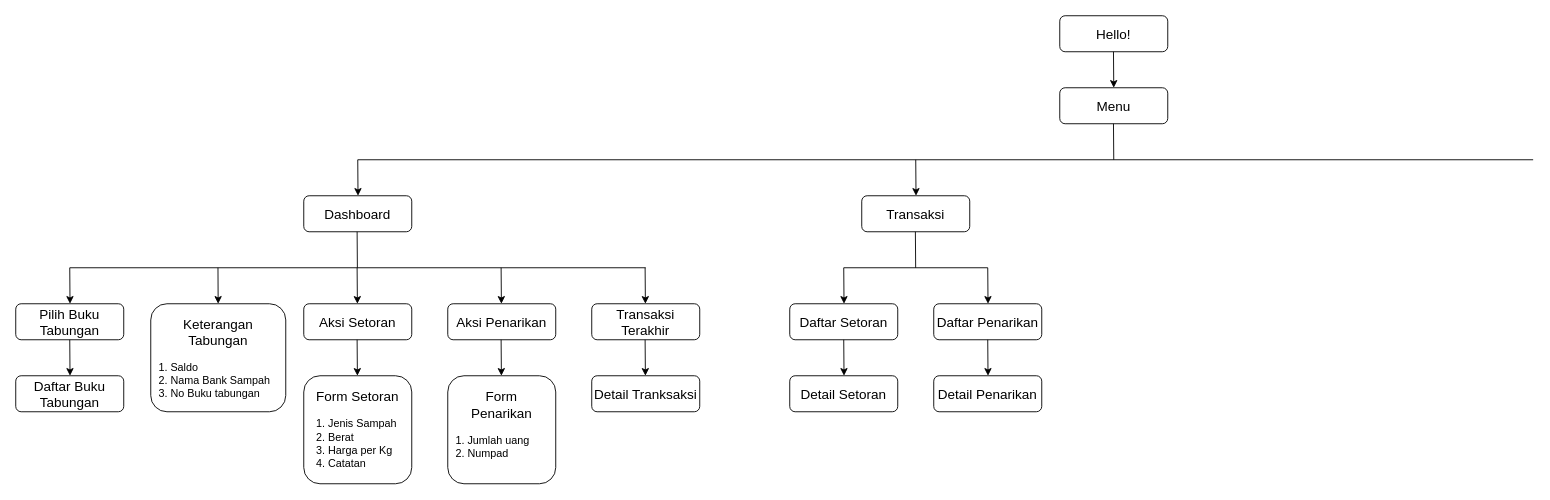
The draw.io diagram lib/bankboo.drawio in luthfiajiw/custom_alert_box, before the edit. Source tidied: cells renumbered, new cells numbered last; positions are measured from the earlier drawing's top-left corner, leaving out a move shared by most shapes. Both pictures are drawn from the tidied source at 90%, with x=0, y=0 at pixel (15, 15).
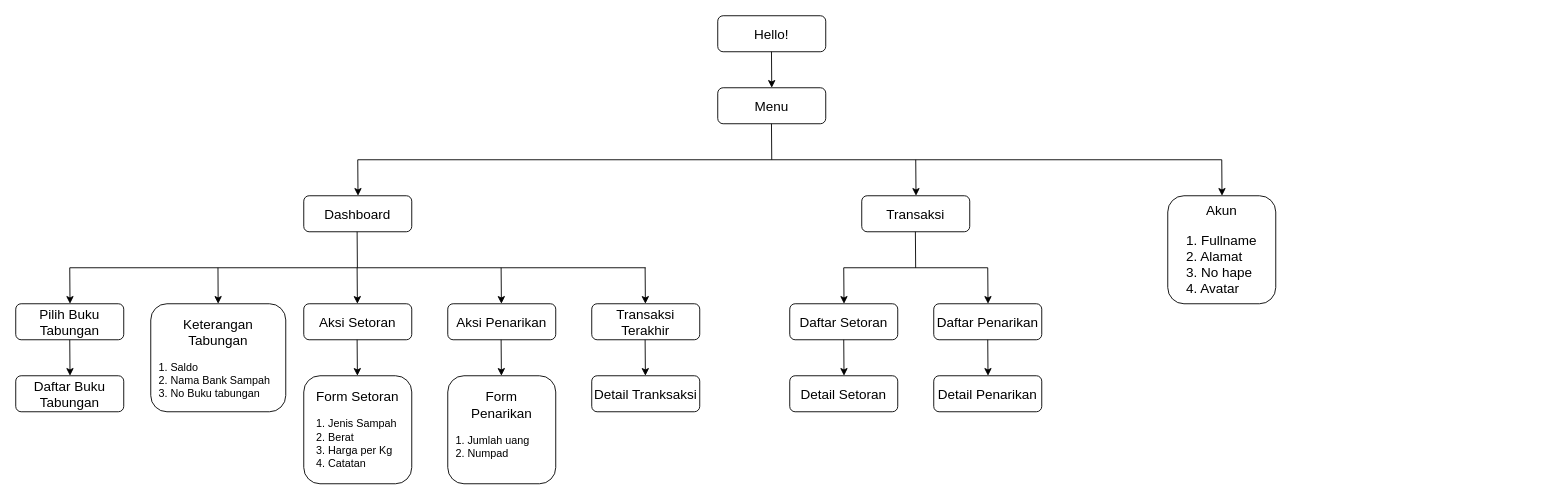
The same page after the edit.

The edit, as a diff of the source:
```diff
@@
     <mxCell id="2" value="&lt;font style=&quot;font-size: 15px&quot;&gt;Hello!&lt;/font&gt;" style="rounded=1;whiteSpace=wrap;html=1;fontSize=12;glass=0;strokeWidth=1;shadow=0;" parent="1" vertex="1">
-      <mxGeometry x="1160" width="120" height="40" as="geometry" />
+      <mxGeometry x="780" width="120" height="40" as="geometry" />
     </mxCell>
     <mxCell id="3" style="endArrow=classic;html=1;" parent="1" edge="1">
       <mxGeometry relative="1" as="geometry">
-        <mxPoint x="1219.7" y="40" as="sourcePoint" />
-        <mxPoint x="1220" y="80" as="targetPoint" />
+        <mxPoint x="839.7" y="40" as="sourcePoint" />
+        <mxPoint x="840" y="80" as="targetPoint" />
       </mxGeometry>
     </mxCell>
     <mxCell id="4" value="&lt;font style=&quot;font-size: 15px&quot;&gt;Menu&lt;/font&gt;" style="rounded=1;whiteSpace=wrap;html=1;fontSize=12;glass=0;strokeWidth=1;shadow=0;" parent="1" vertex="1">
-      <mxGeometry x="1160" y="80" width="120" height="40" as="geometry" />
+      <mxGeometry x="780" y="80" width="120" height="40" as="geometry" />
     </mxCell>
     <mxCell id="5" style="endArrow=none;html=1;" parent="1" edge="1">
       <mxGeometry relative="1" as="geometry">
-        <mxPoint x="1220" y="160" as="sourcePoint" />
-        <mxPoint x="1219.7" y="120" as="targetPoint" />
+        <mxPoint x="840" y="160" as="sourcePoint" />
+        <mxPoint x="839.7" y="120" as="targetPoint" />
       </mxGeometry>
     </mxCell>
     <mxCell id="6" style="endArrow=none;html=1;" parent="1" edge="1">
       <mxGeometry relative="1" as="geometry">
         <mxPoint x="380" y="160" as="sourcePoint" />
-        <mxPoint x="1686" y="160" as="targetPoint" />
+        <mxPoint x="1340" y="160" as="targetPoint" />
       </mxGeometry>
     </mxCell>
@@
+    <mxCell id="41" style="endArrow=classic;html=1;" parent="1" edge="1">
+      <mxGeometry relative="1" as="geometry">
+        <mxPoint x="1340" y="160" as="sourcePoint" />
+        <mxPoint x="1340.3" y="200" as="targetPoint" />
+      </mxGeometry>
+    </mxCell>
+    <mxCell id="42" value="&lt;font&gt;&lt;span style=&quot;font-size: 15px&quot;&gt;Akun&lt;/span&gt;&lt;br&gt;&lt;br&gt;&lt;div style=&quot;text-align: left&quot;&gt;&lt;span style=&quot;font-size: 15px&quot;&gt;1. Fullname&lt;/span&gt;&lt;/div&gt;&lt;div style=&quot;text-align: left&quot;&gt;&lt;span style=&quot;font-size: 15px&quot;&gt;2. Alamat&lt;/span&gt;&lt;/div&gt;&lt;div style=&quot;text-align: left&quot;&gt;&lt;span style=&quot;font-size: 15px&quot;&gt;3. No hape&lt;/span&gt;&lt;/div&gt;&lt;div style=&quot;text-align: left&quot;&gt;&lt;span style=&quot;font-size: 15px&quot;&gt;4. Avatar&lt;/span&gt;&lt;/div&gt;&lt;/font&gt;" style="rounded=1;whiteSpace=wrap;html=1;fontSize=12;glass=0;strokeWidth=1;shadow=0;align=center;" parent="1" vertex="1">
+      <mxGeometry x="1280" y="200" width="120" height="120" as="geometry" />
+    </mxCell>
```
